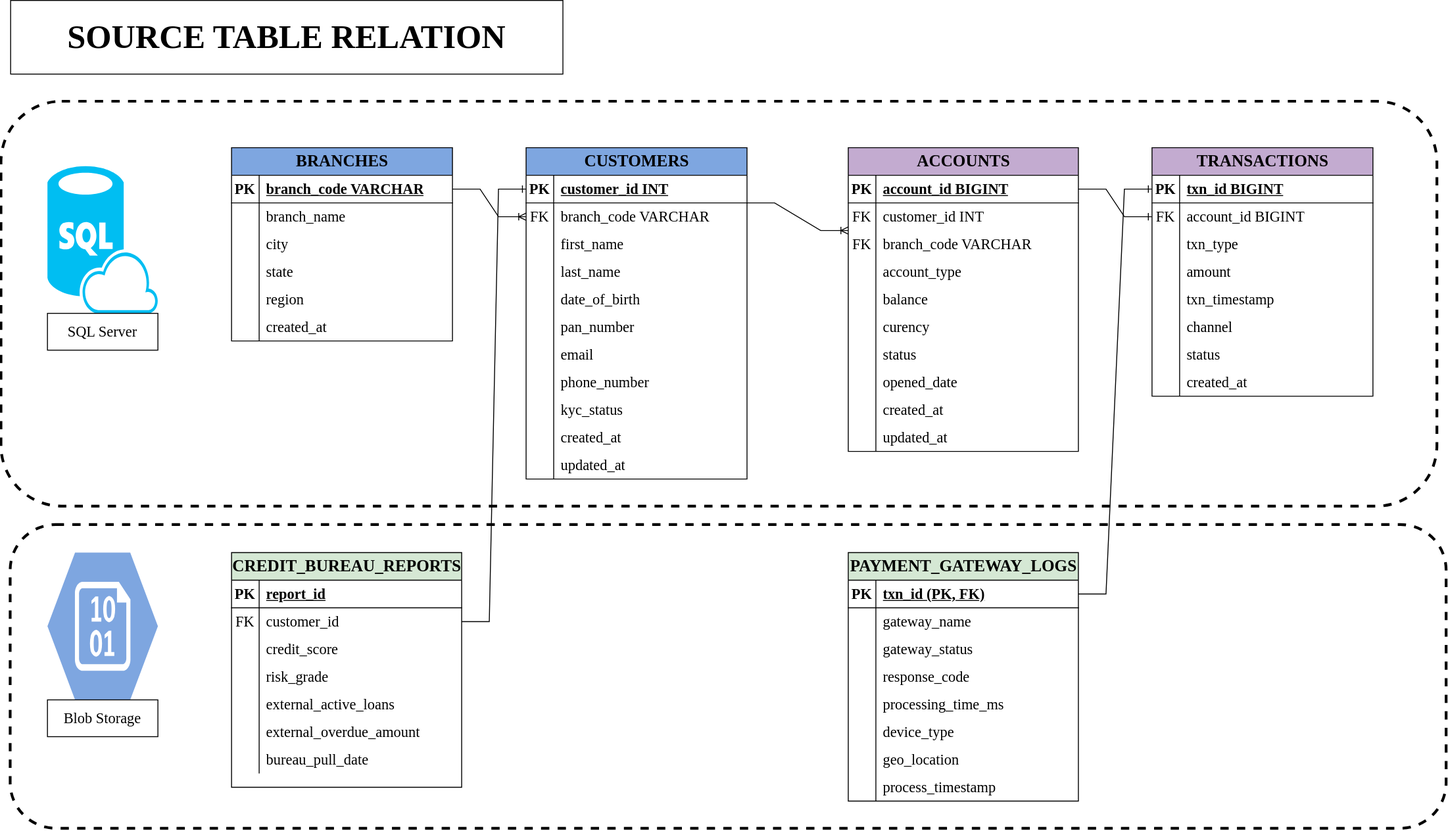
Above: docs/Source tables relation.drawio.svg in Josiahgare/End-to-End-Banking-Project-in-Databricks (draw.io), before the change. Source tidied: cells renumbered, new cells last; positions are measured from the earlier drawing's top-left corner, leaving out a move shared by most shapes.
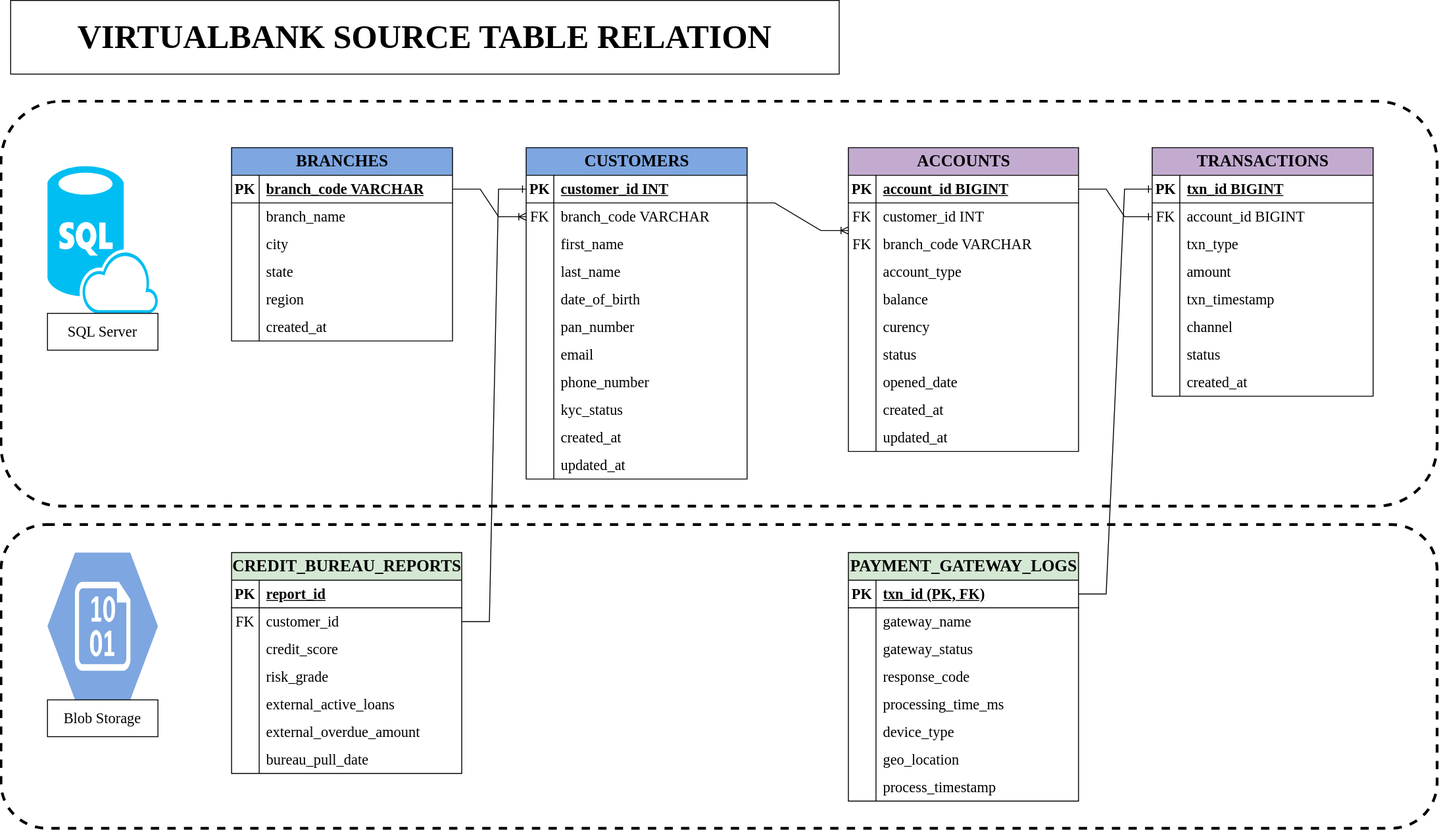
After the change.

Change to the diagram source:
```diff
@@ -252,7 +252,7 @@
       <mxGeometry x="30" width="220" height="30" as="geometry" />
     </mxCell>
     <mxCell id="85" value="&lt;font style=&quot;font-size: 18px;&quot;&gt;CREDIT_BUREAU_REPORTS&lt;/font&gt;" style="shape=table;startSize=30;rowLines=0;fontStyle=1;align=center;html=1;fillColor=#D5E8D4;fontFamily=Comic Sans MS;fontSize=16;" parent="1" vertex="1">
-      <mxGeometry x="250" y="600" width="250" height="255" as="geometry" />
+      <mxGeometry x="250" y="600" width="250" height="240" as="geometry" />
     </mxCell>
     <mxCell id="86" style="shape=tableRow;horizontal=0;startSize=0;swimlaneHead=0;swimlaneBody=0;fillColor=none;top=0;left=0;right=0;bottom=1;fontFamily=Comic Sans MS;fontSize=16;" parent="85" vertex="1">
       <mxGeometry y="30" width="250" height="30" as="geometry" />
@@ -502,14 +502,14 @@
     <mxCell id="166" style="edgeStyle=entityRelationEdgeStyle;fontSize=12;html=1;endArrow=ERoneToMany;rounded=0;entryX=0;entryY=0.5;entryDx=0;entryDy=0;exitX=1;exitY=0.5;exitDx=0;exitDy=0;" parent="1" edge="1" source="8" target="30">
       <mxGeometry relative="1" as="geometry" />
     </mxCell>
-    <mxCell id="167" value="&lt;h1&gt;&lt;font face=&quot;Comic Sans MS&quot; style=&quot;font-size: 36px;&quot;&gt;SOURCE TABLE RELATION&lt;/font&gt;&lt;/h1&gt;" style="rounded=0;whiteSpace=wrap;html=1;align=center;fillColor=none;" parent="1" vertex="1">
-      <mxGeometry x="10" width="600" height="80" as="geometry" />
+    <mxCell id="167" value="&lt;h1&gt;&lt;font face=&quot;Comic Sans MS&quot; style=&quot;font-size: 36px;&quot;&gt;VIRTUALBANK SOURCE TABLE RELATION&lt;/font&gt;&lt;/h1&gt;" style="rounded=0;whiteSpace=wrap;html=1;align=center;fillColor=none;" parent="1" vertex="1">
+      <mxGeometry x="10" width="900" height="80" as="geometry" />
     </mxCell>
     <mxCell id="168" style="rounded=1;whiteSpace=wrap;html=1;fillColor=none;dashed=1;strokeWidth=3;" parent="1" vertex="1">
       <mxGeometry y="110" width="1560" height="440" as="geometry" />
     </mxCell>
     <mxCell id="169" style="rounded=1;whiteSpace=wrap;html=1;fillColor=none;dashed=1;strokeWidth=3;" parent="1" vertex="1">
-      <mxGeometry x="10" y="570" width="1560" height="330" as="geometry" />
+      <mxGeometry y="570" width="1560" height="330" as="geometry" />
     </mxCell>
   </root>
 </mxGraphModel>
```
